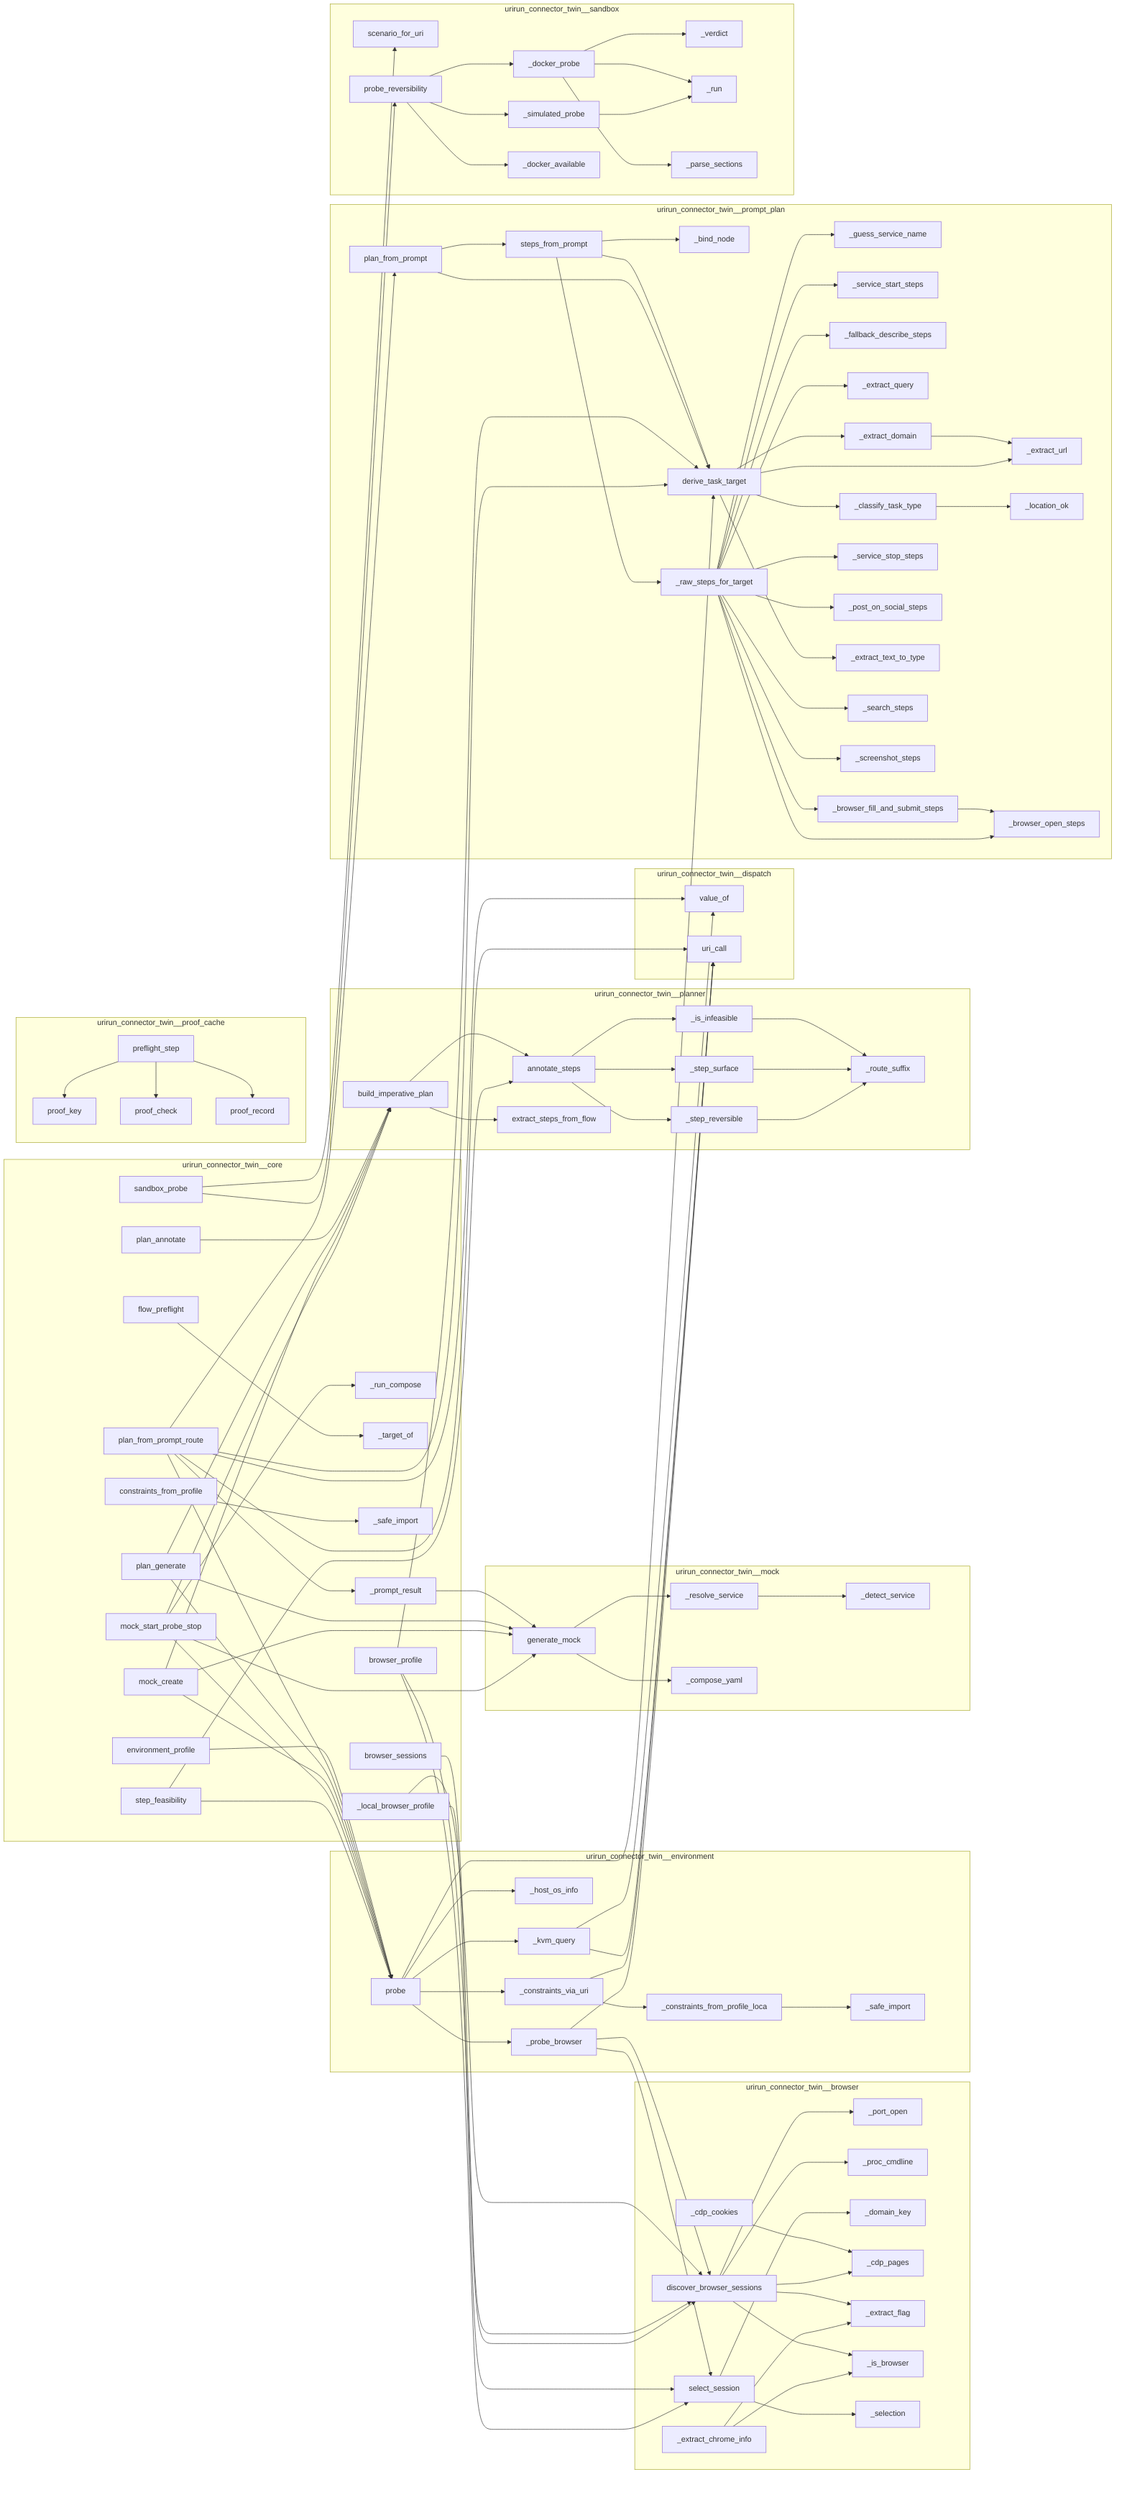
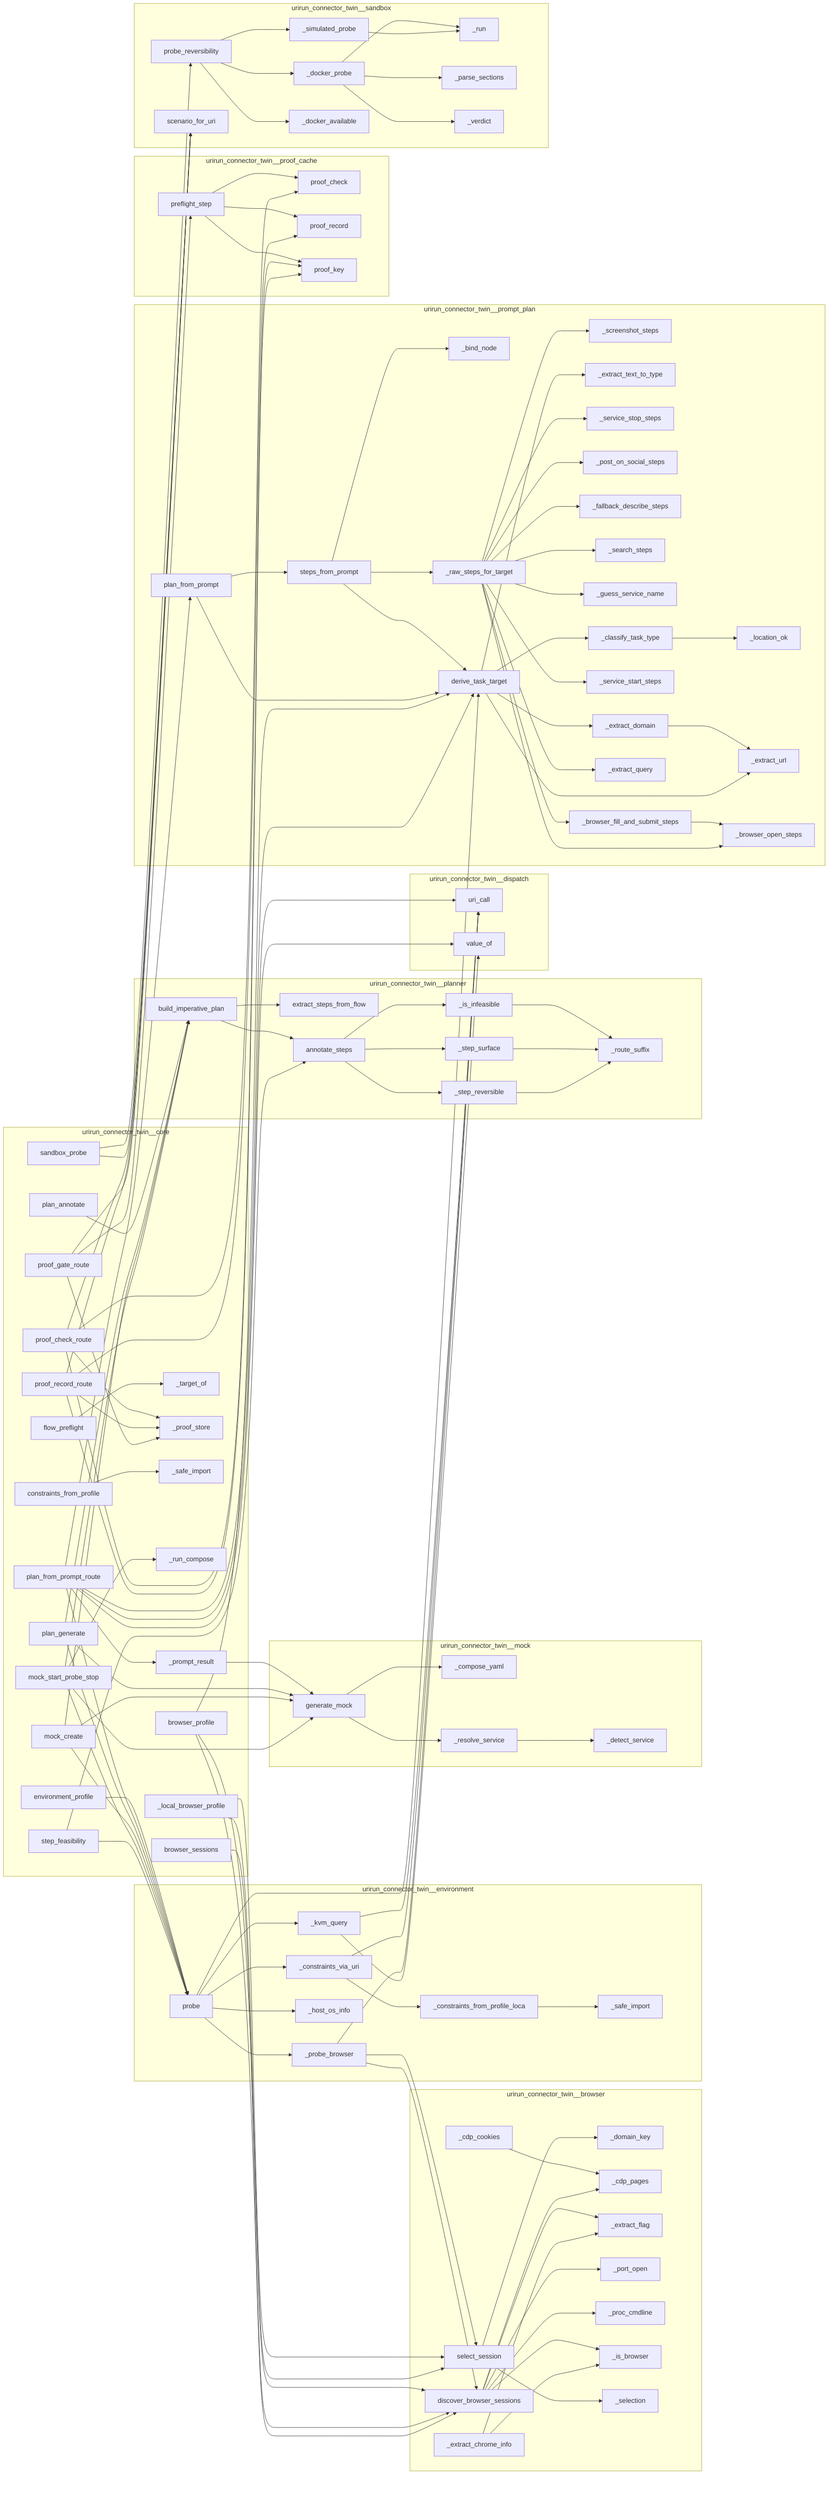
flowchart LR
%% generated in 0.00s
    subgraph urirun_connector_twin__browser
+         urirun_connector_twin__browser__select_session["select_session"]
+         urirun_connector_twin__browser___domain_key["_domain_key"]
+         urirun_connector_twin__browser__discover_browser_sessions["discover_browser_sessions"]
+         urirun_connector_twin__browser___cdp_pages["_cdp_pages"]
+         urirun_connector_twin__browser___extract_flag["_extract_flag"]
+         urirun_connector_twin__browser___extract_chrome_info["_extract_chrome_info"]
        urirun_connector_twin__browser___port_open["_port_open"]
-         urirun_connector_twin__browser__discover_browser_sessions["discover_browser_sessions"]
-         urirun_connector_twin__browser__select_session["select_session"]
        urirun_connector_twin__browser___proc_cmdline["_proc_cmdline"]
        urirun_connector_twin__browser___cdp_cookies["_cdp_cookies"]
-         urirun_connector_twin__browser___domain_key["_domain_key"]
-         urirun_connector_twin__browser___cdp_pages["_cdp_pages"]
-         urirun_connector_twin__browser___extract_chrome_info["_extract_chrome_info"]
-         urirun_connector_twin__browser___extract_flag["_extract_flag"]
        urirun_connector_twin__browser___is_browser["_is_browser"]
        urirun_connector_twin__browser___selection["_selection"]
    end
    subgraph urirun_connector_twin__core
+         urirun_connector_twin__core__mock_create["mock_create"]
+         urirun_connector_twin__core__plan_generate["plan_generate"]
+         urirun_connector_twin__core__constraints_from_profile["constraints_from_profile"]
+         urirun_connector_twin__core__proof_record_route["proof_record_route"]
+         urirun_connector_twin__core__proof_gate_route["proof_gate_route"]
+         urirun_connector_twin__core___local_browser_profile["_local_browser_profile"]
+         urirun_connector_twin__core__flow_preflight["flow_preflight"]
+         urirun_connector_twin__core__sandbox_probe["sandbox_probe"]
+         urirun_connector_twin__core__environment_profile["environment_profile"]
+         urirun_connector_twin__core__plan_annotate["plan_annotate"]
+         urirun_connector_twin__core__proof_check_route["proof_check_route"]
+         urirun_connector_twin__core__browser_sessions["browser_sessions"]
+         urirun_connector_twin__core___target_of["_target_of"]
+         urirun_connector_twin__core___proof_store["_proof_store"]
+         urirun_connector_twin__core___safe_import["_safe_import"]
+         urirun_connector_twin__core__mock_start_probe_stop["mock_start_probe_stop"]
+         urirun_connector_twin__core__step_feasibility["step_feasibility"]
        urirun_connector_twin__core___run_compose["_run_compose"]
-         urirun_connector_twin__core__plan_annotate["plan_annotate"]
-         urirun_connector_twin__core___target_of["_target_of"]
-         urirun_connector_twin__core__browser_sessions["browser_sessions"]
        urirun_connector_twin__core___prompt_result["_prompt_result"]
-         urirun_connector_twin__core__flow_preflight["flow_preflight"]
-         urirun_connector_twin__core__environment_profile["environment_profile"]
-         urirun_connector_twin__core__mock_create["mock_create"]
        urirun_connector_twin__core__plan_from_prompt_route["plan_from_prompt_route"]
-         urirun_connector_twin__core__sandbox_probe["sandbox_probe"]
-         urirun_connector_twin__core__constraints_from_profile["constraints_from_profile"]
-         urirun_connector_twin__core__plan_generate["plan_generate"]
-         urirun_connector_twin__core___safe_import["_safe_import"]
-         urirun_connector_twin__core__step_feasibility["step_feasibility"]
-         urirun_connector_twin__core__mock_start_probe_stop["mock_start_probe_stop"]
        urirun_connector_twin__core__browser_profile["browser_profile"]
-         urirun_connector_twin__core___local_browser_profile["_local_browser_profile"]
    end
    subgraph urirun_connector_twin__dispatch
+         urirun_connector_twin__dispatch__uri_call["uri_call"]
        urirun_connector_twin__dispatch__value_of["value_of"]
-         urirun_connector_twin__dispatch__uri_call["uri_call"]
    end
    subgraph urirun_connector_twin__environment
+         urirun_connector_twin__environment___probe_browser["_probe_browser"]
+         urirun_connector_twin__environment___safe_import["_safe_import"]
+         urirun_connector_twin__environment___kvm_query["_kvm_query"]
+         urirun_connector_twin__environment___constraints_via_uri["_constraints_via_uri"]
        urirun_connector_twin__environment__probe["probe"]
-         urirun_connector_twin__environment___kvm_query["_kvm_query"]
+         urirun_connector_twin__environment___constraints_from_profile_local["_constraints_from_profile_loca"]
        urirun_connector_twin__environment___host_os_info["_host_os_info"]
-         urirun_connector_twin__environment___constraints_via_uri["_constraints_via_uri"]
-         urirun_connector_twin__environment___constraints_from_profile_local["_constraints_from_profile_loca"]
-         urirun_connector_twin__environment___safe_import["_safe_import"]
-         urirun_connector_twin__environment___probe_browser["_probe_browser"]
    end
    subgraph urirun_connector_twin__mock
+         urirun_connector_twin__mock___compose_yaml["_compose_yaml"]
        urirun_connector_twin__mock___resolve_service["_resolve_service"]
-         urirun_connector_twin__mock___compose_yaml["_compose_yaml"]
+         urirun_connector_twin__mock__generate_mock["generate_mock"]
        urirun_connector_twin__mock___detect_service["_detect_service"]
-         urirun_connector_twin__mock__generate_mock["generate_mock"]
    end
    subgraph urirun_connector_twin__planner
+         urirun_connector_twin__planner__extract_steps_from_flow["extract_steps_from_flow"]
+         urirun_connector_twin__planner__build_imperative_plan["build_imperative_plan"]
        urirun_connector_twin__planner__annotate_steps["annotate_steps"]
+         urirun_connector_twin__planner___step_reversible["_step_reversible"]
+         urirun_connector_twin__planner___route_suffix["_route_suffix"]
        urirun_connector_twin__planner___step_surface["_step_surface"]
-         urirun_connector_twin__planner__extract_steps_from_flow["extract_steps_from_flow"]
        urirun_connector_twin__planner___is_infeasible["_is_infeasible"]
-         urirun_connector_twin__planner___route_suffix["_route_suffix"]
-         urirun_connector_twin__planner___step_reversible["_step_reversible"]
-         urirun_connector_twin__planner__build_imperative_plan["build_imperative_plan"]
    end
    subgraph urirun_connector_twin__prompt_plan
+         urirun_connector_twin__prompt_plan___screenshot_steps["_screenshot_steps"]
+         urirun_connector_twin__prompt_plan___bind_node["_bind_node"]
+         urirun_connector_twin__prompt_plan___extract_text_to_type["_extract_text_to_type"]
+         urirun_connector_twin__prompt_plan___service_stop_steps["_service_stop_steps"]
+         urirun_connector_twin__prompt_plan___post_on_social_steps["_post_on_social_steps"]
+         urirun_connector_twin__prompt_plan___fallback_describe_steps["_fallback_describe_steps"]
+         urirun_connector_twin__prompt_plan__derive_task_target["derive_task_target"]
+         urirun_connector_twin__prompt_plan___search_steps["_search_steps"]
        urirun_connector_twin__prompt_plan___guess_service_name["_guess_service_name"]
+         urirun_connector_twin__prompt_plan___location_ok["_location_ok"]
+         urirun_connector_twin__prompt_plan___browser_fill_and_submit_steps["_browser_fill_and_submit_steps"]
+         urirun_connector_twin__prompt_plan___service_start_steps["_service_start_steps"]
+         urirun_connector_twin__prompt_plan___raw_steps_for_target["_raw_steps_for_target"]
+         urirun_connector_twin__prompt_plan___extract_domain["_extract_domain"]
        urirun_connector_twin__prompt_plan__plan_from_prompt["plan_from_prompt"]
-         urirun_connector_twin__prompt_plan___service_start_steps["_service_start_steps"]
-         urirun_connector_twin__prompt_plan___fallback_describe_steps["_fallback_describe_steps"]
        urirun_connector_twin__prompt_plan___extract_query["_extract_query"]
-         urirun_connector_twin__prompt_plan___extract_domain["_extract_domain"]
        urirun_connector_twin__prompt_plan___extract_url["_extract_url"]
-         urirun_connector_twin__prompt_plan___browser_fill_and_submit_steps["_browser_fill_and_submit_steps"]
+         urirun_connector_twin__prompt_plan__steps_from_prompt["steps_from_prompt"]
+         urirun_connector_twin__prompt_plan___browser_open_steps["_browser_open_steps"]
        urirun_connector_twin__prompt_plan___classify_task_type["_classify_task_type"]
-         urirun_connector_twin__prompt_plan___service_stop_steps["_service_stop_steps"]
-         urirun_connector_twin__prompt_plan___location_ok["_location_ok"]
-         urirun_connector_twin__prompt_plan___post_on_social_steps["_post_on_social_steps"]
-         urirun_connector_twin__prompt_plan__steps_from_prompt["steps_from_prompt"]
-         urirun_connector_twin__prompt_plan___extract_text_to_type["_extract_text_to_type"]
-         urirun_connector_twin__prompt_plan___bind_node["_bind_node"]
-         urirun_connector_twin__prompt_plan___search_steps["_search_steps"]
-         urirun_connector_twin__prompt_plan__derive_task_target["derive_task_target"]
-         urirun_connector_twin__prompt_plan___raw_steps_for_target["_raw_steps_for_target"]
-         urirun_connector_twin__prompt_plan___browser_open_steps["_browser_open_steps"]
-         urirun_connector_twin__prompt_plan___screenshot_steps["_screenshot_steps"]
    end
    subgraph urirun_connector_twin__proof_cache
+         urirun_connector_twin__proof_cache__proof_check["proof_check"]
+         urirun_connector_twin__proof_cache__preflight_step["preflight_step"]
+         urirun_connector_twin__proof_cache__proof_record["proof_record"]
        urirun_connector_twin__proof_cache__proof_key["proof_key"]
-         urirun_connector_twin__proof_cache__proof_check["proof_check"]
-         urirun_connector_twin__proof_cache__proof_record["proof_record"]
-         urirun_connector_twin__proof_cache__preflight_step["preflight_step"]
    end
    subgraph urirun_connector_twin__sandbox
+         urirun_connector_twin__sandbox___docker_probe["_docker_probe"]
+         urirun_connector_twin__sandbox___simulated_probe["_simulated_probe"]
+         urirun_connector_twin__sandbox__probe_reversibility["probe_reversibility"]
+         urirun_connector_twin__sandbox___docker_available["_docker_available"]
+         urirun_connector_twin__sandbox___run["_run"]
+         urirun_connector_twin__sandbox___parse_sections["_parse_sections"]
+         urirun_connector_twin__sandbox___verdict["_verdict"]
        urirun_connector_twin__sandbox__scenario_for_uri["scenario_for_uri"]
-         urirun_connector_twin__sandbox___verdict["_verdict"]
-         urirun_connector_twin__sandbox___run["_run"]
-         urirun_connector_twin__sandbox___simulated_probe["_simulated_probe"]
-         urirun_connector_twin__sandbox___docker_probe["_docker_probe"]
-         urirun_connector_twin__sandbox__probe_reversibility["probe_reversibility"]
-         urirun_connector_twin__sandbox___parse_sections["_parse_sections"]
-         urirun_connector_twin__sandbox___docker_available["_docker_available"]
    end
    urirun_connector_twin__sandbox___docker_probe --> urirun_connector_twin__sandbox___run
    urirun_connector_twin__sandbox___docker_probe --> urirun_connector_twin__sandbox___parse_sections
    urirun_connector_twin__sandbox___docker_probe --> urirun_connector_twin__sandbox___verdict
    urirun_connector_twin__sandbox___simulated_probe --> urirun_connector_twin__sandbox___run
    urirun_connector_twin__sandbox__probe_reversibility --> urirun_connector_twin__sandbox___docker_available
    urirun_connector_twin__sandbox__probe_reversibility --> urirun_connector_twin__sandbox___docker_probe
    urirun_connector_twin__sandbox__probe_reversibility --> urirun_connector_twin__sandbox___simulated_probe
    urirun_connector_twin__mock___resolve_service --> urirun_connector_twin__mock___detect_service
    urirun_connector_twin__mock__generate_mock --> urirun_connector_twin__mock___resolve_service
    urirun_connector_twin__mock__generate_mock --> urirun_connector_twin__mock___compose_yaml
    urirun_connector_twin__browser___cdp_cookies --> urirun_connector_twin__browser___cdp_pages
    urirun_connector_twin__browser__discover_browser_sessions --> urirun_connector_twin__browser___proc_cmdline
    urirun_connector_twin__browser__discover_browser_sessions --> urirun_connector_twin__browser___extract_flag
    urirun_connector_twin__browser__discover_browser_sessions --> urirun_connector_twin__browser___port_open
    urirun_connector_twin__browser__discover_browser_sessions --> urirun_connector_twin__browser___is_browser
    urirun_connector_twin__browser__discover_browser_sessions --> urirun_connector_twin__browser___cdp_pages
    urirun_connector_twin__browser__select_session --> urirun_connector_twin__browser___domain_key
    urirun_connector_twin__browser__select_session --> urirun_connector_twin__browser___selection
    urirun_connector_twin__browser___extract_chrome_info --> urirun_connector_twin__browser___extract_flag
    urirun_connector_twin__browser___extract_chrome_info --> urirun_connector_twin__browser___is_browser
    urirun_connector_twin__planner___is_infeasible --> urirun_connector_twin__planner___route_suffix
    urirun_connector_twin__planner___step_surface --> urirun_connector_twin__planner___route_suffix
    urirun_connector_twin__planner___step_reversible --> urirun_connector_twin__planner___route_suffix
    urirun_connector_twin__planner__annotate_steps --> urirun_connector_twin__planner___is_infeasible
    urirun_connector_twin__planner__annotate_steps --> urirun_connector_twin__planner___step_reversible
    urirun_connector_twin__planner__annotate_steps --> urirun_connector_twin__planner___step_surface
    urirun_connector_twin__planner__build_imperative_plan --> urirun_connector_twin__planner__extract_steps_from_flow
    urirun_connector_twin__planner__build_imperative_plan --> urirun_connector_twin__planner__annotate_steps
    urirun_connector_twin__prompt_plan___extract_domain --> urirun_connector_twin__prompt_plan___extract_url
    urirun_connector_twin__prompt_plan___browser_fill_and_submit_steps --> urirun_connector_twin__prompt_plan___browser_open_steps
    urirun_connector_twin__prompt_plan___classify_task_type --> urirun_connector_twin__prompt_plan___location_ok
    urirun_connector_twin__prompt_plan__derive_task_target --> urirun_connector_twin__prompt_plan___extract_domain
    urirun_connector_twin__prompt_plan__derive_task_target --> urirun_connector_twin__prompt_plan___extract_url
    urirun_connector_twin__prompt_plan__derive_task_target --> urirun_connector_twin__prompt_plan___extract_text_to_type
    urirun_connector_twin__prompt_plan__derive_task_target --> urirun_connector_twin__prompt_plan___classify_task_type
    urirun_connector_twin__prompt_plan___raw_steps_for_target --> urirun_connector_twin__prompt_plan___fallback_describe_steps
    urirun_connector_twin__prompt_plan___raw_steps_for_target --> urirun_connector_twin__prompt_plan___post_on_social_steps
    urirun_connector_twin__prompt_plan___raw_steps_for_target --> urirun_connector_twin__prompt_plan___search_steps
    urirun_connector_twin__prompt_plan___raw_steps_for_target --> urirun_connector_twin__prompt_plan___browser_fill_and_submit_steps
    urirun_connector_twin__prompt_plan___raw_steps_for_target --> urirun_connector_twin__prompt_plan___browser_open_steps
    urirun_connector_twin__prompt_plan___raw_steps_for_target --> urirun_connector_twin__prompt_plan___screenshot_steps
    urirun_connector_twin__prompt_plan___raw_steps_for_target --> urirun_connector_twin__prompt_plan___service_start_steps
    urirun_connector_twin__prompt_plan___raw_steps_for_target --> urirun_connector_twin__prompt_plan___service_stop_steps
    urirun_connector_twin__prompt_plan___raw_steps_for_target --> urirun_connector_twin__prompt_plan___extract_query
    urirun_connector_twin__prompt_plan___raw_steps_for_target --> urirun_connector_twin__prompt_plan___guess_service_name
    urirun_connector_twin__prompt_plan__steps_from_prompt --> urirun_connector_twin__prompt_plan___bind_node
    urirun_connector_twin__prompt_plan__steps_from_prompt --> urirun_connector_twin__prompt_plan___raw_steps_for_target
    urirun_connector_twin__prompt_plan__steps_from_prompt --> urirun_connector_twin__prompt_plan__derive_task_target
    urirun_connector_twin__prompt_plan__plan_from_prompt --> urirun_connector_twin__prompt_plan__derive_task_target
    urirun_connector_twin__prompt_plan__plan_from_prompt --> urirun_connector_twin__prompt_plan__steps_from_prompt
+     urirun_connector_twin__environment___kvm_query --> urirun_connector_twin__dispatch__uri_call
+     urirun_connector_twin__environment___kvm_query --> urirun_connector_twin__dispatch__value_of
+     urirun_connector_twin__environment___constraints_from_profile_local --> urirun_connector_twin__environment___safe_import
+     urirun_connector_twin__environment___constraints_via_uri --> urirun_connector_twin__dispatch__uri_call
+     urirun_connector_twin__environment___constraints_via_uri --> urirun_connector_twin__environment___constraints_from_profile_local
+     urirun_connector_twin__environment___probe_browser --> urirun_connector_twin__dispatch__uri_call
+     urirun_connector_twin__environment___probe_browser --> urirun_connector_twin__browser__select_session
+     urirun_connector_twin__environment___probe_browser --> urirun_connector_twin__browser__discover_browser_sessions
+     urirun_connector_twin__environment__probe --> urirun_connector_twin__environment___host_os_info
+     urirun_connector_twin__environment__probe --> urirun_connector_twin__environment___constraints_via_uri
+     urirun_connector_twin__environment__probe --> urirun_connector_twin__environment___probe_browser
+     urirun_connector_twin__environment__probe --> urirun_connector_twin__environment___kvm_query
+     urirun_connector_twin__environment__probe --> urirun_connector_twin__prompt_plan__derive_task_target
+     urirun_connector_twin__proof_cache__preflight_step --> urirun_connector_twin__proof_cache__proof_key
+     urirun_connector_twin__proof_cache__preflight_step --> urirun_connector_twin__proof_cache__proof_check
+     urirun_connector_twin__proof_cache__preflight_step --> urirun_connector_twin__proof_cache__proof_record
    urirun_connector_twin__core___local_browser_profile --> urirun_connector_twin__browser__discover_browser_sessions
    urirun_connector_twin__core___local_browser_profile --> urirun_connector_twin__browser__select_session
    urirun_connector_twin__core___prompt_result --> urirun_connector_twin__mock__generate_mock
    urirun_connector_twin__core__environment_profile --> urirun_connector_twin__environment__probe
    urirun_connector_twin__core__constraints_from_profile --> urirun_connector_twin__core___safe_import
    urirun_connector_twin__core__browser_sessions --> urirun_connector_twin__browser__discover_browser_sessions
    urirun_connector_twin__core__browser_profile --> urirun_connector_twin__browser__discover_browser_sessions
    urirun_connector_twin__core__browser_profile --> urirun_connector_twin__browser__select_session
    urirun_connector_twin__core__browser_profile --> urirun_connector_twin__prompt_plan__derive_task_target
    urirun_connector_twin__core__plan_from_prompt_route --> urirun_connector_twin__prompt_plan__derive_task_target
    urirun_connector_twin__core__plan_from_prompt_route --> urirun_connector_twin__prompt_plan__plan_from_prompt
    urirun_connector_twin__core__plan_from_prompt_route --> urirun_connector_twin__dispatch__uri_call
    urirun_connector_twin__core__plan_from_prompt_route --> urirun_connector_twin__core___prompt_result
    urirun_connector_twin__core__plan_from_prompt_route --> urirun_connector_twin__dispatch__value_of
    urirun_connector_twin__core__plan_from_prompt_route --> urirun_connector_twin__environment__probe
    urirun_connector_twin__core__plan_annotate --> urirun_connector_twin__planner__build_imperative_plan
    urirun_connector_twin__core__plan_generate --> urirun_connector_twin__environment__probe
    urirun_connector_twin__core__plan_generate --> urirun_connector_twin__planner__build_imperative_plan
    urirun_connector_twin__core__plan_generate --> urirun_connector_twin__mock__generate_mock
    urirun_connector_twin__core__mock_create --> urirun_connector_twin__environment__probe
    urirun_connector_twin__core__mock_create --> urirun_connector_twin__planner__build_imperative_plan
    urirun_connector_twin__core__mock_create --> urirun_connector_twin__mock__generate_mock
    urirun_connector_twin__core__mock_start_probe_stop --> urirun_connector_twin__environment__probe
    urirun_connector_twin__core__mock_start_probe_stop --> urirun_connector_twin__planner__build_imperative_plan
    urirun_connector_twin__core__mock_start_probe_stop --> urirun_connector_twin__mock__generate_mock
    urirun_connector_twin__core__mock_start_probe_stop --> urirun_connector_twin__core___run_compose
    urirun_connector_twin__core__step_feasibility --> urirun_connector_twin__environment__probe
    urirun_connector_twin__core__step_feasibility --> urirun_connector_twin__planner__annotate_steps
    urirun_connector_twin__core__sandbox_probe --> urirun_connector_twin__sandbox__probe_reversibility
    urirun_connector_twin__core__sandbox_probe --> urirun_connector_twin__sandbox__scenario_for_uri
+     urirun_connector_twin__core__proof_check_route --> urirun_connector_twin__proof_cache__proof_key
+     urirun_connector_twin__core__proof_check_route --> urirun_connector_twin__proof_cache__proof_check
+     urirun_connector_twin__core__proof_check_route --> urirun_connector_twin__sandbox__scenario_for_uri
+     urirun_connector_twin__core__proof_check_route --> urirun_connector_twin__core___proof_store
+     urirun_connector_twin__core__proof_record_route --> urirun_connector_twin__sandbox__scenario_for_uri
+     urirun_connector_twin__core__proof_record_route --> urirun_connector_twin__proof_cache__proof_key
+     urirun_connector_twin__core__proof_record_route --> urirun_connector_twin__proof_cache__proof_record
+     urirun_connector_twin__core__proof_record_route --> urirun_connector_twin__core___proof_store
+     urirun_connector_twin__core__proof_gate_route --> urirun_connector_twin__proof_cache__preflight_step
+     urirun_connector_twin__core__proof_gate_route --> urirun_connector_twin__sandbox__scenario_for_uri
+     urirun_connector_twin__core__proof_gate_route --> urirun_connector_twin__core___proof_store
    urirun_connector_twin__core__flow_preflight --> urirun_connector_twin__core___target_of
-     urirun_connector_twin__environment___kvm_query --> urirun_connector_twin__dispatch__uri_call
-     urirun_connector_twin__environment___kvm_query --> urirun_connector_twin__dispatch__value_of
-     urirun_connector_twin__environment___constraints_from_profile_local --> urirun_connector_twin__environment___safe_import
-     urirun_connector_twin__environment___constraints_via_uri --> urirun_connector_twin__dispatch__uri_call
-     urirun_connector_twin__environment___constraints_via_uri --> urirun_connector_twin__environment___constraints_from_profile_local
-     urirun_connector_twin__environment___probe_browser --> urirun_connector_twin__dispatch__uri_call
-     urirun_connector_twin__environment___probe_browser --> urirun_connector_twin__browser__select_session
-     urirun_connector_twin__environment___probe_browser --> urirun_connector_twin__browser__discover_browser_sessions
-     urirun_connector_twin__environment__probe --> urirun_connector_twin__environment___host_os_info
-     urirun_connector_twin__environment__probe --> urirun_connector_twin__environment___constraints_via_uri
-     urirun_connector_twin__environment__probe --> urirun_connector_twin__environment___probe_browser
-     urirun_connector_twin__environment__probe --> urirun_connector_twin__environment___kvm_query
-     urirun_connector_twin__environment__probe --> urirun_connector_twin__prompt_plan__derive_task_target
-     urirun_connector_twin__proof_cache__preflight_step --> urirun_connector_twin__proof_cache__proof_key
-     urirun_connector_twin__proof_cache__preflight_step --> urirun_connector_twin__proof_cache__proof_check
-     urirun_connector_twin__proof_cache__preflight_step --> urirun_connector_twin__proof_cache__proof_record
